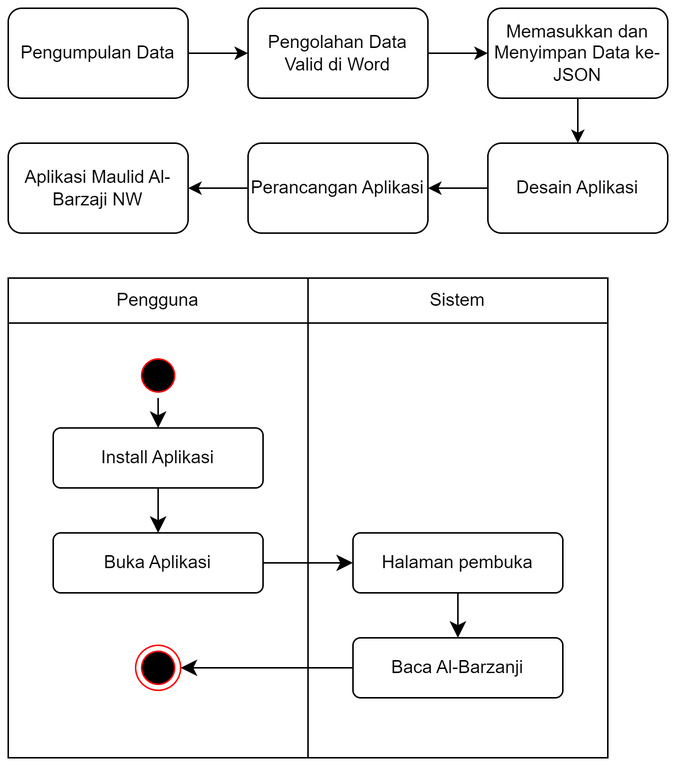
BayuKartawan/newalbarzanji_nwdi keeps this draw.io diagram as sistem-usulan.drawio.png. Above is the earlier version. Source tidied: cells renumbered, new cells last; positions are measured from the earlier drawing's top-left corner, leaving out a move shared by most shapes.
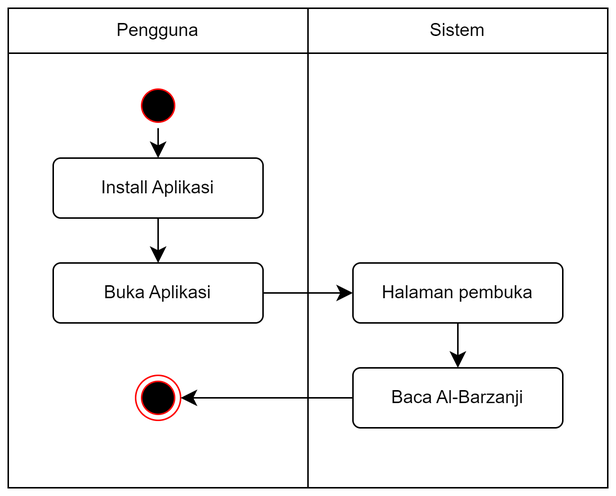
The same file after the commit.

What changed in the source:
```diff
@@ -2,42 +2,6 @@
   <root>
     <mxCell id="0" />
     <mxCell id="1" parent="0" />
-    <mxCell id="2" style="group;" parent="1" vertex="1">
-      <mxGeometry width="440" height="150" as="geometry" />
-    </mxCell>
-    <mxCell id="3" style="edgeStyle=orthogonalEdgeStyle;rounded=0;jettySize=auto;html=1;entryX=0;entryY=0.5;entryDx=0;entryDy=0;fontFamily=Helvetica;fontSize=12;fontColor=default;" parent="2" edge="1" source="4" target="6">
-      <mxGeometry relative="1" as="geometry" />
-    </mxCell>
-    <mxCell id="4" value="Pengumpulan Data" style="rounded=1;whiteSpace=wrap;html=1;align=center;verticalAlign=middle;fontFamily=Helvetica;fontSize=12;" parent="2" vertex="1">
-      <mxGeometry width="120" height="60" as="geometry" />
-    </mxCell>
-    <mxCell id="5" style="edgeStyle=orthogonalEdgeStyle;rounded=0;jettySize=auto;html=1;entryX=0;entryY=0.5;entryDx=0;entryDy=0;fontFamily=Helvetica;fontSize=12;fontColor=default;" parent="2" edge="1" source="6" target="8">
-      <mxGeometry relative="1" as="geometry" />
-    </mxCell>
-    <mxCell id="6" value="Pengolahan Data Valid di Word" style="rounded=1;whiteSpace=wrap;html=1;align=center;verticalAlign=middle;fontFamily=Helvetica;fontSize=12;" parent="2" vertex="1">
-      <mxGeometry x="160" width="120" height="60" as="geometry" />
-    </mxCell>
-    <mxCell id="7" style="edgeStyle=orthogonalEdgeStyle;rounded=0;jettySize=auto;html=1;fontFamily=Helvetica;fontSize=12;fontColor=default;" parent="2" edge="1" source="8" target="10">
-      <mxGeometry relative="1" as="geometry" />
-    </mxCell>
-    <mxCell id="8" value="Memasukkan dan Menyimpan Data ke-JSON" style="rounded=1;whiteSpace=wrap;html=1;align=center;verticalAlign=middle;fontFamily=Helvetica;fontSize=12;" parent="2" vertex="1">
-      <mxGeometry x="320" width="120" height="60" as="geometry" />
-    </mxCell>
-    <mxCell id="9" style="edgeStyle=orthogonalEdgeStyle;rounded=0;jettySize=auto;html=1;fontFamily=Helvetica;fontSize=12;fontColor=default;" parent="2" edge="1" source="10" target="12">
-      <mxGeometry relative="1" as="geometry" />
-    </mxCell>
-    <mxCell id="10" value="Desain Aplikasi" style="rounded=1;whiteSpace=wrap;html=1;align=center;verticalAlign=middle;fontFamily=Helvetica;fontSize=12;" parent="2" vertex="1">
-      <mxGeometry x="320" y="90" width="120" height="60" as="geometry" />
-    </mxCell>
-    <mxCell id="11" style="edgeStyle=orthogonalEdgeStyle;rounded=0;jettySize=auto;html=1;fontFamily=Helvetica;fontSize=12;fontColor=default;" parent="2" edge="1" source="12" target="13">
-      <mxGeometry relative="1" as="geometry" />
-    </mxCell>
-    <mxCell id="12" value="Perancangan Aplikasi" style="rounded=1;whiteSpace=wrap;html=1;align=center;verticalAlign=middle;fontFamily=Helvetica;fontSize=12;" parent="2" vertex="1">
-      <mxGeometry x="160" y="90" width="120" height="60" as="geometry" />
-    </mxCell>
-    <mxCell id="13" value="Aplikasi Maulid Al-Barzaji NW" style="rounded=1;whiteSpace=wrap;html=1;align=center;verticalAlign=middle;fontFamily=Helvetica;fontSize=12;" parent="2" vertex="1">
-      <mxGeometry y="90" width="120" height="60" as="geometry" />
-    </mxCell>
     <mxCell id="14" style="group;" parent="1" vertex="1">
       <mxGeometry y="180" width="400" height="320" as="geometry" />
     </mxCell>
```
